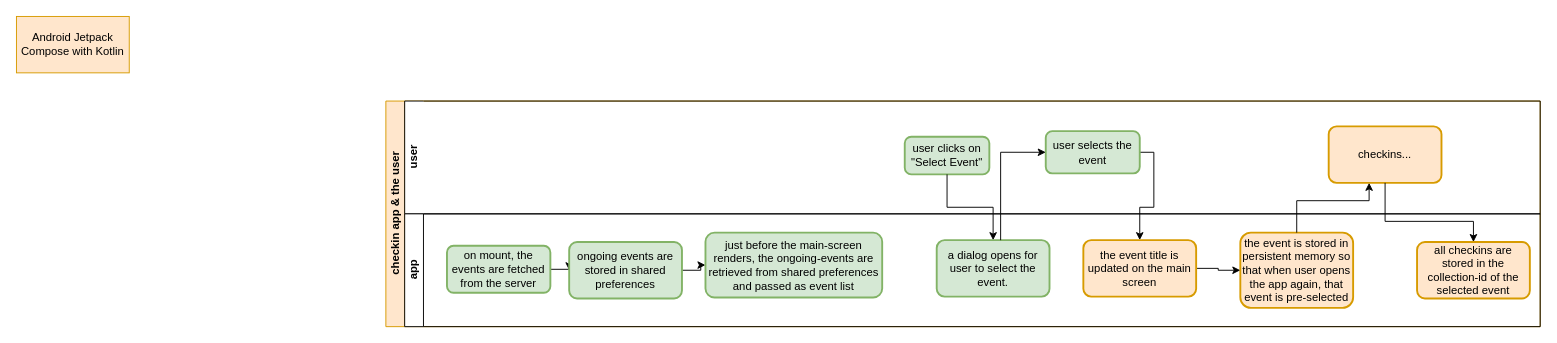
The draw.io diagram hfn-checkin-dynamic-config.drawio in appsparkler/draw.io, before the edit. Source tidied: cells renumbered, new cells numbered last; positions are measured from the earlier drawing's top-left corner, leaving out a move shared by most shapes. Both pictures are drawn from the tidied source at 94%, with x=0, y=0 at pixel (16, 16).
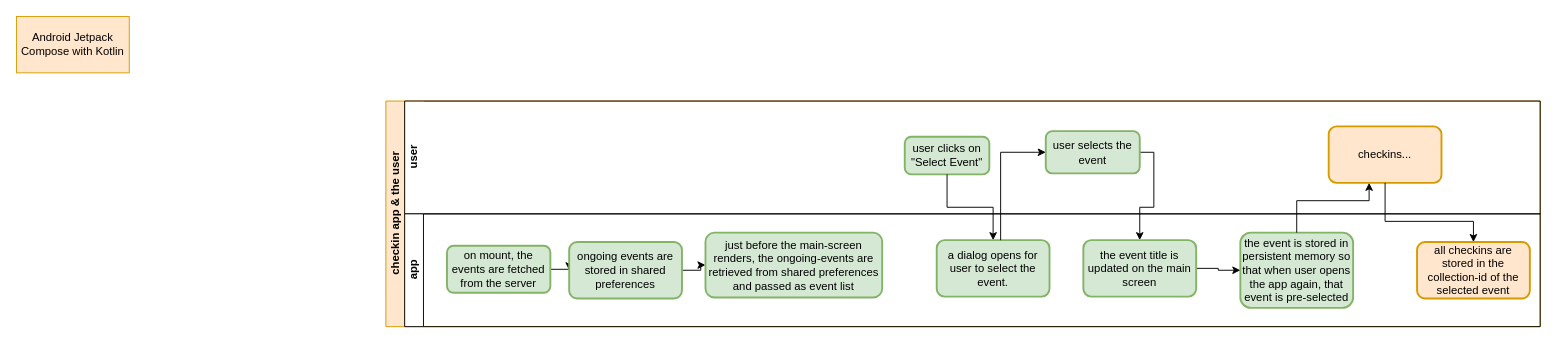
After the change.

Unchanged cells that the change refers to:
```xml
<mxCell id="4" value="&lt;div&gt;app&lt;/div&gt;" style="swimlane;startSize=20;horizontal=0;html=1;" parent="2" vertex="1">
  <mxGeometry x="20" y="120" width="1208" height="120" as="geometry" />
</mxCell>
```

Diff of the diagram source:
```diff
@@
-    <mxCell id="15" value="the event is stored in persistent memory so that when user opens the app again, that event is pre-selected" style="whiteSpace=wrap;html=1;rounded=1;arcSize=14;strokeWidth=2;fillColor=#ffe6cc;strokeColor=#d79b00;" parent="4" vertex="1">
+    <mxCell id="15" value="the event is stored in persistent memory so that when user opens the app again, that event is pre-selected" style="whiteSpace=wrap;html=1;rounded=1;arcSize=14;strokeWidth=2;fillColor=#d5e8d4;strokeColor=#82b366;" parent="4" vertex="1">
       <mxGeometry x="889" y="20" width="120" height="80" as="geometry" />
     </mxCell>
@@
-    <mxCell id="22" value="the event title is updated on the main screen" style="whiteSpace=wrap;html=1;rounded=1;arcSize=14;strokeWidth=2;fillColor=#ffe6cc;strokeColor=#d79b00;" parent="4" vertex="1">
+    <mxCell id="22" value="the event title is updated on the main screen" style="whiteSpace=wrap;html=1;rounded=1;arcSize=14;strokeWidth=2;fillColor=#d5e8d4;strokeColor=#82b366;" parent="4" vertex="1">
       <mxGeometry x="722" y="28" width="120" height="60" as="geometry" />
     </mxCell>
```
